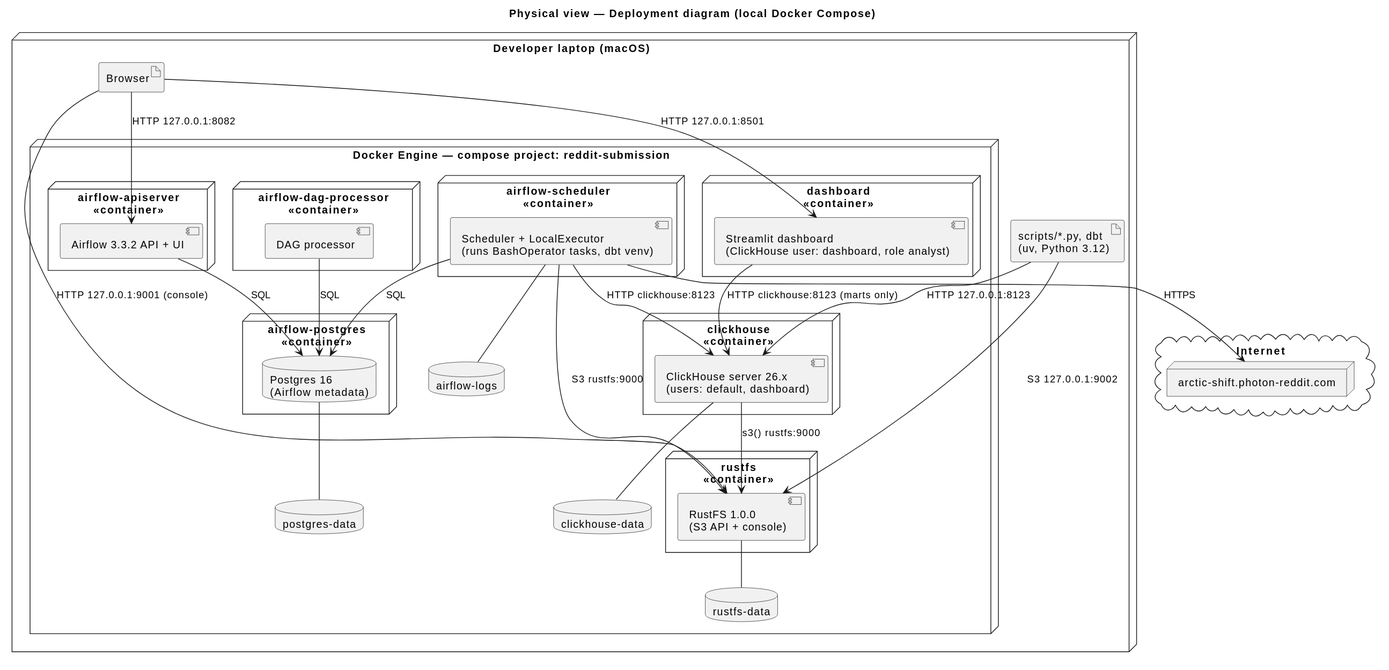
The PlantUML diagram docs/architecture/diagrams/deployment.svg in modsomjeed/reddit-dataeng, before a commit.
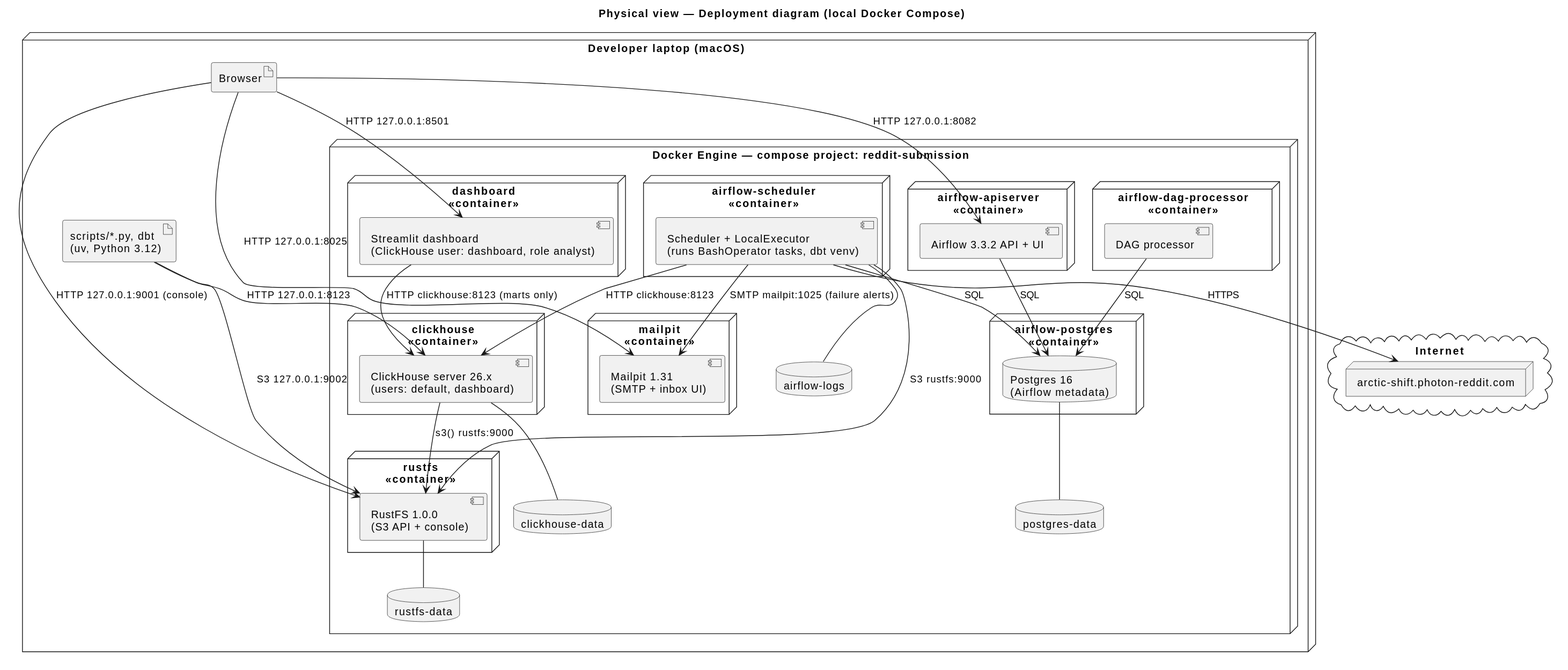
The same file after the commit.

Commit message:
docs: document failure alerts and add the Mailpit screenshot

What changed in the source:
```diff
@@ -24,6 +24,9 @@
     }
     node "dashboard\n<<container>>" as dash {
       component "Streamlit dashboard\n(ClickHouse user: dashboard, role analyst)" as dashs
+    }
+    node "mailpit\n<<container>>" as mail {
+      component "Mailpit 1.31\n(SMTP + inbox UI)" as mails
     }
     node "airflow-postgres\n<<container>>" as pg {
       database "Postgres 16\n(Airflow metadata)" as pgdb
@@ -55,6 +58,8 @@
 scheds --> chs : "HTTP clickhouse:8123"
 chs --> rfs : "s3() rustfs:9000"
 scheds --> pgdb : "SQL"
+scheds --> mails : "SMTP mailpit:1025 (failure alerts)"
+browser --> mails : "HTTP 127.0.0.1:8025"
 apis --> pgdb : "SQL"
 dagps --> pgdb : "SQL"
 @enduml
```
